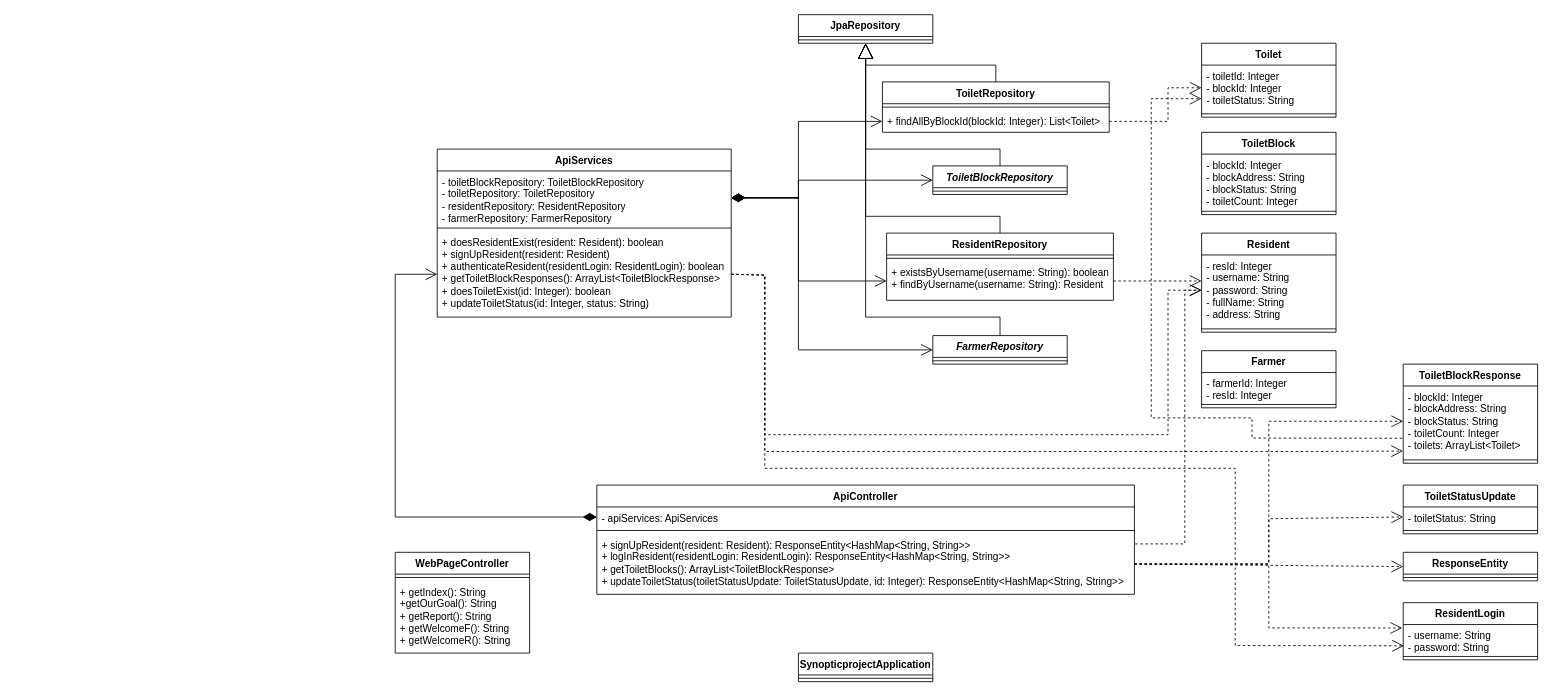
mcttn22/cmp-synoptic-project keeps this draw.io diagram as doc/uml/class-diagram.drawio. Above is the earlier version. Source tidied: cells renumbered, new cells numbered last; positions are measured from the earlier drawing's top-left corner, leaving out a move shared by most shapes. Both pictures are drawn from the tidied source at 84%, with x=0, y=0 at pixel (395, 14).
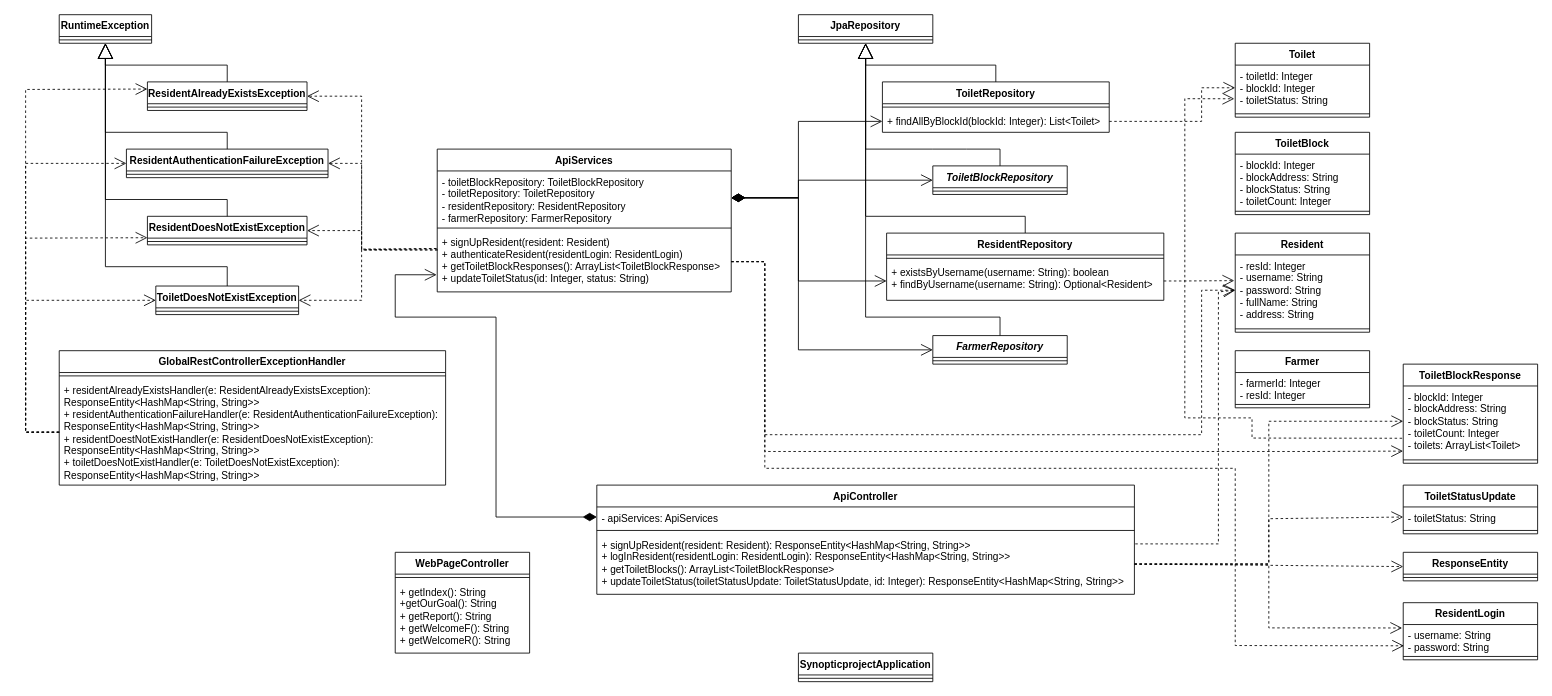
The same diagram, later.

Unchanged cells that the change refers to:
```xml
<mxCell id="3" value="- apiServices: ApiServices" style="text;strokeColor=none;fillColor=none;align=left;verticalAlign=top;spacingLeft=4;spacingRight=4;overflow=hidden;points=[[0,0.5],[1,0.5]];portConstraint=eastwest;whiteSpace=wrap;html=1;" parent="2" vertex="1">
  <mxGeometry y="26" width="640" height="24" as="geometry" />
</mxCell>
<mxCell id="14" value="&lt;div&gt;- toiletId: Integer&lt;/div&gt;&lt;div&gt;- blockId: Integer&lt;/div&gt;&lt;div&gt;- toiletStatus: String&lt;/div&gt;" style="text;strokeColor=none;fillColor=none;align=left;verticalAlign=top;spacingLeft=4;spacingRight=4;overflow=hidden;points=[[0,0.5],[1,0.5]];portConstraint=eastwest;whiteSpace=wrap;html=1;" parent="13" vertex="1">
  <mxGeometry y="26" width="160" height="54" as="geometry" />
</mxCell>
<mxCell id="24" value="JpaRepository" style="swimlane;fontStyle=1;align=center;verticalAlign=top;horizontal=1;startSize=26;whiteSpace=wrap;html=1;" parent="1" vertex="1">
  <mxGeometry x="480" width="160" height="34" as="geometry" />
</mxCell>
<mxCell id="31" value="&lt;div&gt;- username: String&lt;/div&gt;&lt;div&gt;- password: String&lt;/div&gt;" style="text;strokeColor=none;fillColor=none;align=left;verticalAlign=top;spacingLeft=4;spacingRight=4;overflow=hidden;points=[[0,0.5],[1,0.5]];portConstraint=eastwest;whiteSpace=wrap;html=1;" parent="30" vertex="1">
  <mxGeometry y="26" width="160" height="34" as="geometry" />
</mxCell>
<mxCell id="34" value="&lt;div&gt;- blockId: Integer&lt;/div&gt;&lt;div&gt;- blockAddress: String&lt;/div&gt;&lt;div&gt;- blockStatus: String&lt;/div&gt;&lt;div&gt;- toiletCount: Integer&lt;/div&gt;&lt;div&gt;- toilets: ArrayList&amp;lt;Toilet&amp;gt;&lt;/div&gt;" style="text;strokeColor=none;fillColor=none;align=left;verticalAlign=top;spacingLeft=4;spacingRight=4;overflow=hidden;points=[[0,0.5],[1,0.5]];portConstraint=eastwest;whiteSpace=wrap;html=1;" parent="33" vertex="1">
  <mxGeometry y="26" width="160" height="84" as="geometry" />
</mxCell>
<mxCell id="45" value="+ findAllByBlockId(blockId: Integer): List&amp;lt;Toilet&amp;gt;" style="text;strokeColor=none;fillColor=none;align=left;verticalAlign=top;spacingLeft=4;spacingRight=4;overflow=hidden;points=[[0,0.5],[1,0.5]];portConstraint=eastwest;whiteSpace=wrap;html=1;" parent="43" vertex="1">
  <mxGeometry y="34" width="270" height="26" as="geometry" />
</mxCell>
<mxCell id="64" value="&lt;div&gt;- resId: Integer&lt;/div&gt;&lt;div&gt;- username: String&lt;/div&gt;&lt;div&gt;- password: String&lt;/div&gt;&lt;div&gt;- fullName: String&lt;/div&gt;&lt;div&gt;- address: String&lt;/div&gt;" style="text;strokeColor=none;fillColor=none;align=left;verticalAlign=top;spacingLeft=4;spacingRight=4;overflow=hidden;points=[[0,0.5],[1,0.5]];portConstraint=eastwest;whiteSpace=wrap;html=1;" parent="63" vertex="1">
  <mxGeometry y="26" width="160" height="84" as="geometry" />
</mxCell>
```

Diff of the diagram source:
```diff
@@
     <mxCell id="6" value="Farmer" style="swimlane;fontStyle=1;align=center;verticalAlign=top;horizontal=1;startSize=26;whiteSpace=wrap;html=1;" parent="1" vertex="1">
-      <mxGeometry x="960" y="400" width="160" height="68" as="geometry" />
+      <mxGeometry x="1000" y="400" width="160" height="68" as="geometry" />
     </mxCell>
@@
     <mxCell id="13" value="Toilet" style="swimlane;fontStyle=1;align=center;verticalAlign=top;horizontal=1;startSize=26;whiteSpace=wrap;html=1;" parent="1" vertex="1">
-      <mxGeometry x="960" y="34" width="160" height="88" as="geometry" />
+      <mxGeometry x="1000" y="34" width="160" height="88" as="geometry" />
     </mxCell>
@@
     <mxCell id="16" value="ToiletBlock" style="swimlane;fontStyle=1;align=center;verticalAlign=top;horizontal=1;startSize=26;whiteSpace=wrap;html=1;" parent="1" vertex="1">
-      <mxGeometry x="960" y="140" width="160" height="98" as="geometry" />
+      <mxGeometry x="1000" y="140" width="160" height="98" as="geometry" />
     </mxCell>
@@
     <mxCell id="26" style="endArrow=block;endSize=16;endFill=0;html=1;rounded=0;entryX=0.5;entryY=1;entryDx=0;entryDy=0;exitX=0.5;exitY=0;exitDx=0;exitDy=0;" parent="1" edge="1" source="59" target="24">
       <mxGeometry relative="1" as="geometry">
         <Array as="points">
-          <mxPoint x="720" y="240" />
+          <mxPoint x="750" y="240" />
           <mxPoint x="560" y="240" />
           <mxPoint x="560" y="180" />
         </Array>
       </mxGeometry>
     </mxCell>
@@
     <mxCell id="39" value="ApiServices" style="swimlane;fontStyle=1;align=center;verticalAlign=top;horizontal=1;startSize=26;whiteSpace=wrap;html=1;" parent="1" vertex="1">
-      <mxGeometry x="50" y="160" width="350" height="200" as="geometry" />
+      <mxGeometry x="50" y="160" width="350" height="170" as="geometry" />
     </mxCell>
@@
-    <mxCell id="42" value="&lt;div&gt;+ doesResidentExist(resident: Resident): boolean&lt;/div&gt;&lt;div&gt;+ signUpResident(resident: Resident)&lt;/div&gt;&lt;div&gt;+ authenticateResident(residentLogin: ResidentLogin): boolean&lt;/div&gt;&lt;div&gt;+ getToiletBlockResponses(): ArrayList&amp;lt;ToiletBlockResponse&amp;gt;&lt;/div&gt;&lt;div&gt;+ doesToiletExist(id: Integer): boolean&lt;/div&gt;&lt;div&gt;+ updateToiletStatus(id: Integer, status: String)&lt;/div&gt;" style="text;strokeColor=none;fillColor=none;align=left;verticalAlign=top;spacingLeft=4;spacingRight=4;overflow=hidden;points=[[0,0.5],[1,0.5]];portConstraint=eastwest;whiteSpace=wrap;html=1;" parent="39" vertex="1">
-      <mxGeometry y="98" width="350" height="102" as="geometry" />
+    <mxCell id="42" value="&lt;div&gt;+ signUpResident(resident: Resident)&lt;/div&gt;&lt;div&gt;+ authenticateResident(residentLogin: ResidentLogin)&lt;/div&gt;&lt;div&gt;+ getToiletBlockResponses(): ArrayList&amp;lt;ToiletBlockResponse&amp;gt;&lt;/div&gt;&lt;div&gt;+ updateToiletStatus(id: Integer, status: String)&lt;/div&gt;" style="text;strokeColor=none;fillColor=none;align=left;verticalAlign=top;spacingLeft=4;spacingRight=4;overflow=hidden;points=[[0,0.5],[1,0.5]];portConstraint=eastwest;whiteSpace=wrap;html=1;" parent="39" vertex="1">
+      <mxGeometry y="98" width="350" height="72" as="geometry" />
     </mxCell>
@@
     <mxCell id="46" style="endArrow=open;endSize=12;dashed=1;html=1;rounded=0;entryX=0;entryY=0.5;entryDx=0;entryDy=0;exitX=1;exitY=0.5;exitDx=0;exitDy=0;" parent="1" edge="1" source="45" target="14">
       <mxGeometry relative="1" as="geometry">
         <Array as="points">
-          <mxPoint x="920" y="127" />
-          <mxPoint x="920" y="87" />
+          <mxPoint x="960" y="127" />
+          <mxPoint x="960" y="87" />
         </Array>
       </mxGeometry>
     </mxCell>
-    <mxCell id="47" style="endArrow=open;html=1;endSize=12;startArrow=diamondThin;startSize=14;startFill=1;edgeStyle=orthogonalEdgeStyle;align=left;verticalAlign=bottom;rounded=0;entryX=0;entryY=0.5;entryDx=0;entryDy=0;exitX=0;exitY=0.5;exitDx=0;exitDy=0;" parent="1" edge="1" source="3" target="42">
+    <mxCell id="47" style="endArrow=open;html=1;endSize=12;startArrow=diamondThin;startSize=14;startFill=1;edgeStyle=orthogonalEdgeStyle;align=left;verticalAlign=bottom;rounded=0;exitX=0;exitY=0.5;exitDx=0;exitDy=0;entryX=-0.002;entryY=0.717;entryDx=0;entryDy=0;entryPerimeter=0;" parent="1" edge="1" source="3" target="42">
       <mxGeometry x="-1" y="3" relative="1" as="geometry">
         <Array as="points">
-          <mxPoint y="598" />
-          <mxPoint y="309" />
+          <mxPoint x="120" y="598" />
+          <mxPoint x="120" y="360" />
+          <mxPoint y="360" />
+          <mxPoint y="310" />
         </Array>
       </mxGeometry>
     </mxCell>
@@
     <mxCell id="51" style="endArrow=open;endSize=12;dashed=1;html=1;rounded=0;entryX=0;entryY=0.5;entryDx=0;entryDy=0;" parent="1" edge="1" target="64">
       <mxGeometry relative="1" as="geometry">
         <mxPoint x="881" y="630" as="sourcePoint" />
         <Array as="points">
-          <mxPoint x="940" y="630" />
-          <mxPoint x="940" y="480" />
-          <mxPoint x="940" y="328" />
+          <mxPoint x="980" y="630" />
+          <mxPoint x="980" y="480" />
+          <mxPoint x="980" y="330" />
         </Array>
       </mxGeometry>
     </mxCell>
@@
     <mxCell id="58" style="endArrow=open;endSize=12;dashed=1;html=1;rounded=0;exitX=1;exitY=0.5;exitDx=0;exitDy=0;entryX=0.006;entryY=0.744;entryDx=0;entryDy=0;entryPerimeter=0;" parent="1" edge="1" source="42" target="31">
       <mxGeometry relative="1" as="geometry">
         <Array as="points">
-          <mxPoint x="440" y="310" />
+          <mxPoint x="440" y="294" />
           <mxPoint x="440" y="540" />
           <mxPoint x="720" y="540" />
           <mxPoint x="1000" y="540" />
           <mxPoint x="1000" y="751" />
         </Array>
       </mxGeometry>
     </mxCell>
     <mxCell id="59" value="ResidentRepository" style="swimlane;fontStyle=1;align=center;verticalAlign=top;horizontal=1;startSize=26;whiteSpace=wrap;html=1;" parent="1" vertex="1">
-      <mxGeometry x="585" y="260" width="270" height="80" as="geometry" />
+      <mxGeometry x="585" y="260" width="330" height="80" as="geometry" />
     </mxCell>
     <mxCell id="60" style="line;strokeWidth=1;fillColor=none;align=left;verticalAlign=middle;spacingTop=-1;spacingLeft=3;spacingRight=3;labelPosition=right;strokeColor=inherit;" parent="59" vertex="1">
-      <mxGeometry y="26" width="270" height="8" as="geometry" />
+      <mxGeometry y="26" width="330" height="8" as="geometry" />
     </mxCell>
-    <mxCell id="61" value="&lt;div&gt;+ existsByUsername(username: String): boolean&lt;/div&gt;&lt;div&gt;+ findByUsername(username: String): Resident&lt;/div&gt;" style="text;strokeColor=none;fillColor=none;align=left;verticalAlign=top;spacingLeft=4;spacingRight=4;overflow=hidden;points=[[0,0.5],[1,0.5]];portConstraint=eastwest;whiteSpace=wrap;html=1;" parent="59" vertex="1">
-      <mxGeometry y="34" width="270" height="46" as="geometry" />
+    <mxCell id="61" value="&lt;div&gt;+ existsByUsername(username: String): boolean&lt;/div&gt;&lt;div&gt;+ findByUsername(username: String): Optional&amp;lt;Resident&amp;gt;&lt;/div&gt;" style="text;strokeColor=none;fillColor=none;align=left;verticalAlign=top;spacingLeft=4;spacingRight=4;overflow=hidden;points=[[0,0.5],[1,0.5]];portConstraint=eastwest;whiteSpace=wrap;html=1;" parent="59" vertex="1">
+      <mxGeometry y="34" width="330" height="46" as="geometry" />
     </mxCell>
     <mxCell id="62" style="endArrow=open;endSize=12;dashed=1;html=1;rounded=0;exitX=1;exitY=0.5;exitDx=0;exitDy=0;entryX=0;entryY=0.5;entryDx=0;entryDy=0;" parent="1" edge="1" source="42" target="64">
       <mxGeometry relative="1" as="geometry">
         <Array as="points">
-          <mxPoint x="440" y="310" />
+          <mxPoint x="440" y="294" />
           <mxPoint x="440" y="500" />
           <mxPoint x="680" y="500" />
-          <mxPoint x="920" y="500" />
-          <mxPoint x="920" y="328" />
+          <mxPoint x="960" y="500" />
+          <mxPoint x="960" y="328" />
         </Array>
       </mxGeometry>
     </mxCell>
     <mxCell id="63" value="Resident" style="swimlane;fontStyle=1;align=center;verticalAlign=top;horizontal=1;startSize=26;whiteSpace=wrap;html=1;" parent="1" vertex="1">
-      <mxGeometry x="960" y="260" width="160" height="118" as="geometry" />
+      <mxGeometry x="1000" y="260" width="160" height="118" as="geometry" />
     </mxCell>
@@
     <mxCell id="67" style="endArrow=open;endSize=12;dashed=1;html=1;rounded=0;exitX=1;exitY=0.5;exitDx=0;exitDy=0;entryX=-0.001;entryY=0.923;entryDx=0;entryDy=0;entryPerimeter=0;" parent="1" edge="1" source="42" target="34">
       <mxGeometry relative="1" as="geometry">
         <Array as="points">
-          <mxPoint x="440" y="310" />
+          <mxPoint x="440" y="294" />
           <mxPoint x="440" y="520" />
           <mxPoint x="560" y="520" />
           <mxPoint x="1090" y="520" />
         </Array>
       </mxGeometry>
     </mxCell>
-    <mxCell id="68" style="endArrow=open;endSize=12;dashed=1;html=1;rounded=0;exitX=1;exitY=0.5;exitDx=0;exitDy=0;" parent="1" edge="1" source="61">
+    <mxCell id="68" style="endArrow=open;endSize=12;dashed=1;html=1;rounded=0;exitX=1;exitY=0.5;exitDx=0;exitDy=0;entryX=-0.007;entryY=0.364;entryDx=0;entryDy=0;entryPerimeter=0;" parent="1" edge="1" source="61" target="64">
       <mxGeometry relative="1" as="geometry">
-        <mxPoint x="960" y="317" as="targetPoint" />
         <Array as="points">
           <mxPoint x="920" y="317" />
           <mxPoint x="940" y="317" />
         </Array>
       </mxGeometry>
     </mxCell>
-    <mxCell id="69" style="endArrow=open;endSize=12;dashed=1;html=1;rounded=0;exitX=-0.008;exitY=0.741;exitDx=0;exitDy=0;exitPerimeter=0;" parent="1" edge="1" source="34">
+    <mxCell id="69" style="endArrow=open;endSize=12;dashed=1;html=1;rounded=0;exitX=-0.008;exitY=0.741;exitDx=0;exitDy=0;exitPerimeter=0;entryX=-0.007;entryY=0.742;entryDx=0;entryDy=0;entryPerimeter=0;" parent="1" edge="1" source="34" target="14">
       <mxGeometry relative="1" as="geometry">
-        <mxPoint x="960" y="100" as="targetPoint" />
         <Array as="points">
           <mxPoint x="1020" y="504" />
           <mxPoint x="1020" y="480" />
-          <mxPoint x="900" y="480" />
-          <mxPoint x="900" y="100" />
+          <mxPoint x="940" y="480" />
+          <mxPoint x="940" y="290" />
+          <mxPoint x="940" y="100" />
         </Array>
       </mxGeometry>
     </mxCell>
+    <mxCell id="70" value="GlobalRestControllerExceptionHandler" style="swimlane;fontStyle=1;align=center;verticalAlign=top;horizontal=1;startSize=26;whiteSpace=wrap;html=1;" parent="1" vertex="1">
+      <mxGeometry x="-400" y="400" width="460" height="160" as="geometry" />
+    </mxCell>
+    <mxCell id="71" style="line;strokeWidth=1;fillColor=none;align=left;verticalAlign=middle;spacingTop=-1;spacingLeft=3;spacingRight=3;labelPosition=right;strokeColor=inherit;" parent="70" vertex="1">
+      <mxGeometry y="26" width="460" height="8" as="geometry" />
+    </mxCell>
+    <mxCell id="72" value="&lt;div&gt;+ residentAlreadyExistsHandler(e: ResidentAlreadyExistsException): ResponseEntity&amp;lt;HashMap&amp;lt;String, String&amp;gt;&amp;gt;&lt;/div&gt;&lt;div&gt;+ residentAuthenticationFailureHandler(e: ResidentAuthenticationFailureException): ResponseEntity&amp;lt;HashMap&amp;lt;String, String&amp;gt;&amp;gt;&lt;/div&gt;&lt;div&gt;+ residentDoestNotExistHandler(e: ResidentDoesNotExistException): ResponseEntity&amp;lt;HashMap&amp;lt;String, String&amp;gt;&amp;gt;&lt;/div&gt;&lt;div&gt;+ toiletDoesNotExistHandler(e: ToiletDoesNotExistException): ResponseEntity&amp;lt;HashMap&amp;lt;String, String&amp;gt;&amp;gt;&lt;/div&gt;" style="text;strokeColor=none;fillColor=none;align=left;verticalAlign=top;spacingLeft=4;spacingRight=4;overflow=hidden;points=[[0,0.5],[1,0.5]];portConstraint=eastwest;whiteSpace=wrap;html=1;" parent="70" vertex="1">
+      <mxGeometry y="34" width="460" height="126" as="geometry" />
+    </mxCell>
+    <mxCell id="73" value="ResidentAlreadyExistsException" style="swimlane;fontStyle=1;align=center;verticalAlign=top;horizontal=1;startSize=26;whiteSpace=wrap;html=1;" parent="1" vertex="1">
+      <mxGeometry x="-295" y="80" width="190" height="34" as="geometry" />
+    </mxCell>
+    <mxCell id="74" style="line;strokeWidth=1;fillColor=none;align=left;verticalAlign=middle;spacingTop=-1;spacingLeft=3;spacingRight=3;labelPosition=right;strokeColor=inherit;" parent="73" vertex="1">
+      <mxGeometry y="26" width="190" height="8" as="geometry" />
+    </mxCell>
+    <mxCell id="75" value="ResidentAuthenticationFailureException" style="swimlane;fontStyle=1;align=center;verticalAlign=top;horizontal=1;startSize=26;whiteSpace=wrap;html=1;" parent="1" vertex="1">
+      <mxGeometry x="-320" y="160" width="240" height="34" as="geometry" />
+    </mxCell>
+    <mxCell id="76" style="line;strokeWidth=1;fillColor=none;align=left;verticalAlign=middle;spacingTop=-1;spacingLeft=3;spacingRight=3;labelPosition=right;strokeColor=inherit;" parent="75" vertex="1">
+      <mxGeometry y="26" width="240" height="8" as="geometry" />
+    </mxCell>
+    <mxCell id="77" value="ResidentDoesNotExistException" style="swimlane;fontStyle=1;align=center;verticalAlign=top;horizontal=1;startSize=26;whiteSpace=wrap;html=1;" parent="1" vertex="1">
+      <mxGeometry x="-295" y="240" width="190" height="34" as="geometry" />
+    </mxCell>
+    <mxCell id="78" style="line;strokeWidth=1;fillColor=none;align=left;verticalAlign=middle;spacingTop=-1;spacingLeft=3;spacingRight=3;labelPosition=right;strokeColor=inherit;" parent="77" vertex="1">
+      <mxGeometry y="26" width="190" height="8" as="geometry" />
+    </mxCell>
+    <mxCell id="79" value="ToiletDoesNotExistException" style="swimlane;fontStyle=1;align=center;verticalAlign=top;horizontal=1;startSize=26;whiteSpace=wrap;html=1;" parent="1" vertex="1">
+      <mxGeometry x="-285" y="323" width="170" height="34" as="geometry" />
+    </mxCell>
+    <mxCell id="80" style="line;strokeWidth=1;fillColor=none;align=left;verticalAlign=middle;spacingTop=-1;spacingLeft=3;spacingRight=3;labelPosition=right;strokeColor=inherit;" parent="79" vertex="1">
+      <mxGeometry y="26" width="170" height="8" as="geometry" />
+    </mxCell>
+    <mxCell id="81" value="RuntimeException" style="swimlane;fontStyle=1;align=center;verticalAlign=top;horizontal=1;startSize=26;whiteSpace=wrap;html=1;" parent="1" vertex="1">
+      <mxGeometry x="-400" width="110" height="34" as="geometry" />
+    </mxCell>
+    <mxCell id="82" style="line;strokeWidth=1;fillColor=none;align=left;verticalAlign=middle;spacingTop=-1;spacingLeft=3;spacingRight=3;labelPosition=right;strokeColor=inherit;" parent="81" vertex="1">
+      <mxGeometry y="26" width="110" height="8" as="geometry" />
+    </mxCell>
+    <mxCell id="83" style="endArrow=block;endSize=16;endFill=0;html=1;rounded=0;exitX=0.5;exitY=0;exitDx=0;exitDy=0;" parent="1" edge="1" source="75" target="81">
+      <mxGeometry relative="1" as="geometry">
+        <Array as="points">
+          <mxPoint x="-200" y="140" />
+          <mxPoint x="-345" y="140" />
+        </Array>
+      </mxGeometry>
+    </mxCell>
+    <mxCell id="84" style="endArrow=block;endSize=16;endFill=0;html=1;rounded=0;exitX=0.5;exitY=0;exitDx=0;exitDy=0;entryX=0.5;entryY=1;entryDx=0;entryDy=0;" parent="1" edge="1" source="73" target="81">
+      <mxGeometry relative="1" as="geometry">
+        <Array as="points">
+          <mxPoint x="-200" y="60" />
+          <mxPoint x="-345" y="60" />
+        </Array>
+      </mxGeometry>
+    </mxCell>
+    <mxCell id="85" style="endArrow=block;endSize=16;endFill=0;html=1;rounded=0;exitX=0.5;exitY=0;exitDx=0;exitDy=0;entryX=0.5;entryY=1;entryDx=0;entryDy=0;" parent="1" edge="1" source="77" target="81">
+      <mxGeometry relative="1" as="geometry">
+        <Array as="points">
+          <mxPoint x="-200" y="220" />
+          <mxPoint x="-345" y="220" />
+        </Array>
+      </mxGeometry>
+    </mxCell>
+    <mxCell id="86" style="endArrow=block;endSize=16;endFill=0;html=1;rounded=0;exitX=0.5;exitY=0;exitDx=0;exitDy=0;entryX=0.5;entryY=1;entryDx=0;entryDy=0;" parent="1" edge="1" source="79" target="81">
+      <mxGeometry relative="1" as="geometry">
+        <Array as="points">
+          <mxPoint x="-200" y="300" />
+          <mxPoint x="-345" y="300" />
+        </Array>
+      </mxGeometry>
+    </mxCell>
+    <mxCell id="87" style="endArrow=open;endSize=12;dashed=1;html=1;rounded=0;exitX=0;exitY=0.5;exitDx=0;exitDy=0;entryX=0;entryY=0.5;entryDx=0;entryDy=0;" parent="1" edge="1" source="72" target="79">
+      <mxGeometry relative="1" as="geometry">
+        <Array as="points">
+          <mxPoint x="-440" y="497" />
+          <mxPoint x="-440" y="340" />
+        </Array>
+      </mxGeometry>
+    </mxCell>
+    <mxCell id="88" style="endArrow=open;endSize=12;dashed=1;html=1;rounded=0;exitX=0;exitY=0.5;exitDx=0;exitDy=0;entryX=0;entryY=0.75;entryDx=0;entryDy=0;" parent="1" edge="1" source="72" target="77">
+      <mxGeometry relative="1" as="geometry">
+        <Array as="points">
+          <mxPoint x="-440" y="497" />
+          <mxPoint x="-440" y="266" />
+        </Array>
+      </mxGeometry>
+    </mxCell>
+    <mxCell id="89" style="endArrow=open;endSize=12;dashed=1;html=1;rounded=0;exitX=0;exitY=0.5;exitDx=0;exitDy=0;entryX=0;entryY=0.5;entryDx=0;entryDy=0;" parent="1" edge="1" source="72" target="75">
+      <mxGeometry relative="1" as="geometry">
+        <Array as="points">
+          <mxPoint x="-440" y="497" />
+          <mxPoint x="-440" y="177" />
+        </Array>
+      </mxGeometry>
+    </mxCell>
+    <mxCell id="90" style="endArrow=open;endSize=12;dashed=1;html=1;rounded=0;exitX=0;exitY=0.5;exitDx=0;exitDy=0;entryX=0;entryY=0.25;entryDx=0;entryDy=0;" parent="1" edge="1" source="72" target="73">
+      <mxGeometry relative="1" as="geometry">
+        <Array as="points">
+          <mxPoint x="-440" y="497" />
+          <mxPoint x="-440" y="290" />
+          <mxPoint x="-440" y="89" />
+        </Array>
+      </mxGeometry>
+    </mxCell>
+    <mxCell id="91" style="endArrow=open;endSize=12;dashed=1;html=1;rounded=0;exitX=-0.003;exitY=0.285;exitDx=0;exitDy=0;exitPerimeter=0;entryX=1;entryY=0.5;entryDx=0;entryDy=0;" parent="1" edge="1" source="42" target="73">
+      <mxGeometry relative="1" as="geometry">
+        <Array as="points">
+          <mxPoint x="-40" y="279" />
+          <mxPoint x="-40" y="97" />
+        </Array>
+      </mxGeometry>
+    </mxCell>
+    <mxCell id="92" style="endArrow=open;endSize=12;dashed=1;html=1;rounded=0;entryX=1;entryY=0.5;entryDx=0;entryDy=0;exitX=0.001;exitY=0.306;exitDx=0;exitDy=0;exitPerimeter=0;" parent="1" edge="1" source="42" target="75">
+      <mxGeometry relative="1" as="geometry">
+        <Array as="points">
+          <mxPoint x="-40" y="280" />
+          <mxPoint x="-40" y="177" />
+        </Array>
+      </mxGeometry>
+    </mxCell>
+    <mxCell id="93" style="endArrow=open;endSize=12;dashed=1;html=1;rounded=0;exitX=-0.002;exitY=0.282;exitDx=0;exitDy=0;exitPerimeter=0;entryX=1;entryY=0.5;entryDx=0;entryDy=0;" parent="1" edge="1" source="42" target="77">
+      <mxGeometry relative="1" as="geometry">
+        <Array as="points">
+          <mxPoint x="-40" y="280" />
+          <mxPoint x="-40" y="257" />
+        </Array>
+      </mxGeometry>
+    </mxCell>
+    <mxCell id="94" style="endArrow=open;endSize=12;dashed=1;html=1;rounded=0;exitX=0.001;exitY=0.306;exitDx=0;exitDy=0;exitPerimeter=0;entryX=1;entryY=0.5;entryDx=0;entryDy=0;" parent="1" edge="1" source="42" target="79">
+      <mxGeometry relative="1" as="geometry">
+        <Array as="points">
+          <mxPoint x="-40" y="280" />
+          <mxPoint x="-40" y="340" />
+        </Array>
+      </mxGeometry>
+    </mxCell>
```
